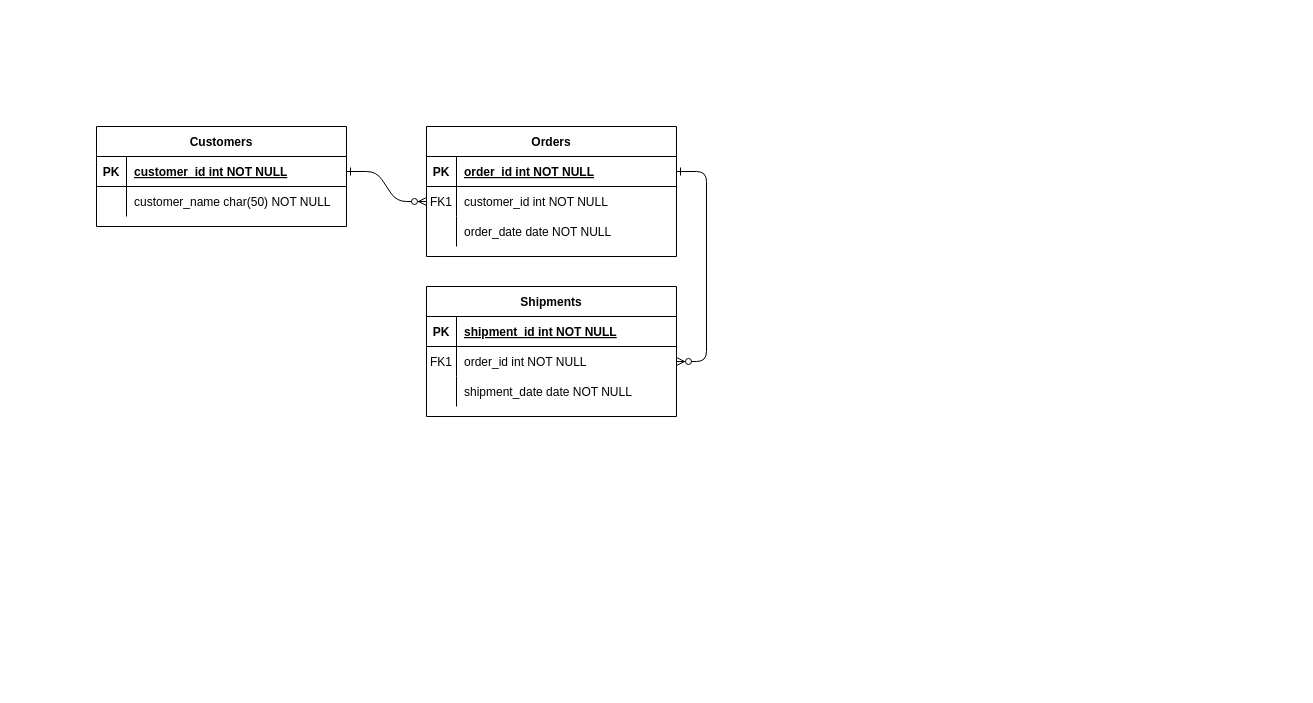
This is Untitled Diagram.drawio from PaulB-GreenRiv/pretzels, a draw.io file, before an edit. Source tidied: cells renumbered, new cells numbered last; positions are measured from the earlier drawing's top-left corner, leaving out a move shared by most shapes. Both pictures are drawn from the tidied source at 100%, with x=0, y=0 at pixel (96, 126).
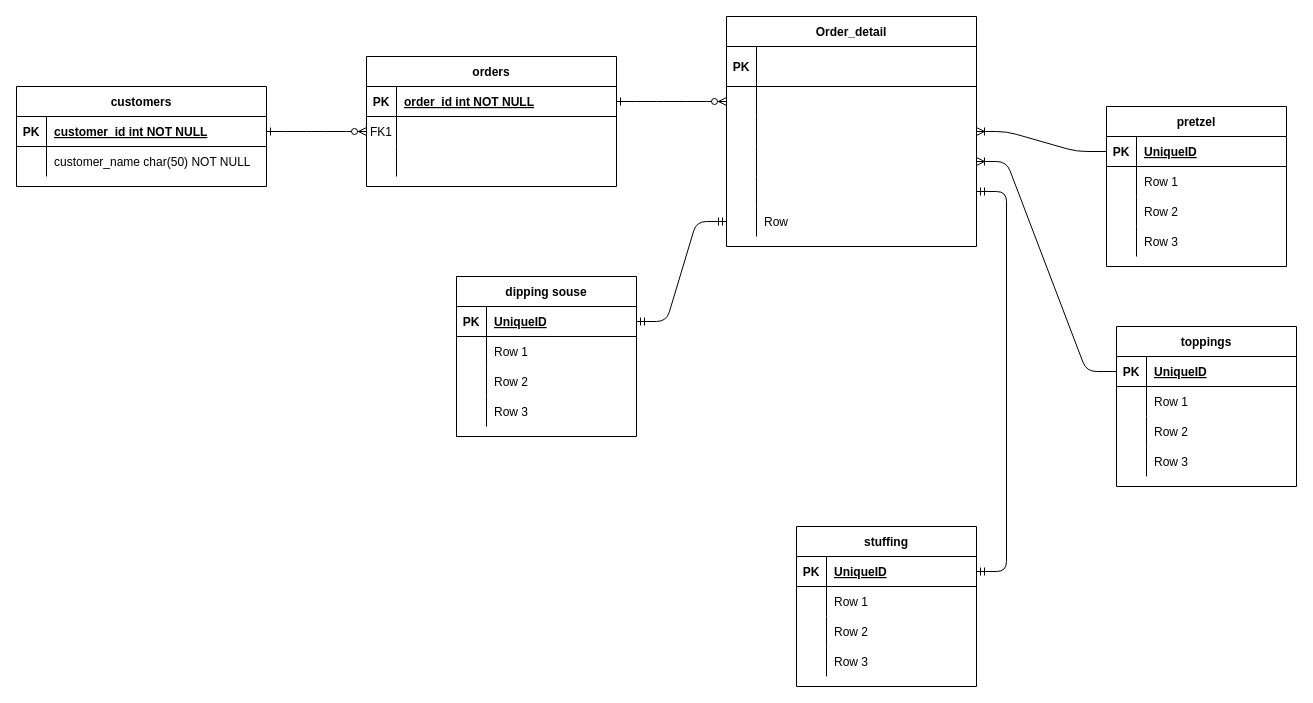
The same diagram, later.

Commit message:
basic table

The change refers to these unchanged cells:
```xml
<mxCell id="8" style="shape=partialRectangle;fillColor=none;points=[[0,0.5],[1,0.5]];portConstraint=eastwest;top=0;left=0;right=0;bottom=0;" parent="4" vertex="1">
  <mxGeometry y="60" width="250" height="30" as="geometry" />
</mxCell>
<mxCell id="11" style="shape=partialRectangle;fillColor=none;top=0;left=0;right=0;bottom=0;" parent="4" vertex="1">
  <mxGeometry y="90" width="250" height="30" as="geometry" />
</mxCell>
```

Diff of the diagram source:
```diff
@@
-    <mxCell id="4" value="Orders" style="shape=table;startSize=30;childLayout=tableLayout;rowLines=0;fontStyle=1;align=center;" parent="1" vertex="1">
-      <mxGeometry x="330" width="250" height="130" as="geometry" />
+    <mxCell id="4" value="orders" style="shape=table;startSize=30;childLayout=tableLayout;rowLines=0;fontStyle=1;align=center;" parent="1" vertex="1">
+      <mxGeometry x="270" y="-70" width="250" height="130" as="geometry" />
     </mxCell>
@@
-    <mxCell id="10" value="customer_id int NOT NULL" style="shape=partialRectangle;overflow=hidden;fillColor=none;top=0;left=0;bottom=0;right=0;align=left;spacingLeft=6;" parent="8" vertex="1">
+    <mxCell id="10" style="shape=partialRectangle;overflow=hidden;fillColor=none;top=0;left=0;bottom=0;right=0;align=left;spacingLeft=6;" parent="8" vertex="1">
       <mxGeometry x="30" width="220" height="30" as="geometry" />
     </mxCell>
@@
-    <mxCell id="13" value="order_date date NOT NULL" style="shape=partialRectangle;overflow=hidden;fillColor=none;top=0;left=0;bottom=0;right=0;align=left;spacingLeft=6;" parent="11" vertex="1">
+    <mxCell id="13" style="shape=partialRectangle;overflow=hidden;fillColor=none;top=0;left=0;bottom=0;right=0;align=left;spacingLeft=6;" parent="11" vertex="1">
       <mxGeometry x="30" width="220" height="30" as="geometry" />
     </mxCell>
-    <mxCell id="14" value="Shipments" style="shape=table;startSize=30;childLayout=tableLayout;rowLines=0;fontStyle=1;align=center;" parent="1" vertex="1">
-      <mxGeometry x="330" y="160" width="250" height="130" as="geometry" />
+    <mxCell id="14" value="Order_detail" style="shape=table;startSize=30;childLayout=tableLayout;rowLines=0;fontStyle=1;align=center;" parent="1" vertex="1">
+      <mxGeometry x="630" y="-110" width="250" height="230" as="geometry" />
     </mxCell>
     <mxCell id="15" style="shape=partialRectangle;fillColor=none;top=0;left=0;right=0;bottom=1;" parent="14" vertex="1">
-      <mxGeometry y="30" width="250" height="30" as="geometry" />
+      <mxGeometry y="30" width="250" height="40" as="geometry" />
     </mxCell>
     <mxCell id="16" value="PK" style="shape=partialRectangle;overflow=hidden;fillColor=none;top=0;left=0;bottom=0;right=0;fontStyle=1;" parent="15" vertex="1">
-      <mxGeometry width="30" height="30" as="geometry" />
+      <mxGeometry width="30" height="40" as="geometry" />
     </mxCell>
-    <mxCell id="17" value="shipment_id int NOT NULL " style="shape=partialRectangle;overflow=hidden;fillColor=none;top=0;left=0;bottom=0;right=0;align=left;spacingLeft=6;fontStyle=5;" parent="15" vertex="1">
-      <mxGeometry x="30" width="220" height="30" as="geometry" />
+    <mxCell id="17" style="shape=partialRectangle;overflow=hidden;fillColor=none;top=0;left=0;bottom=0;right=0;align=left;spacingLeft=6;fontStyle=5;" parent="15" vertex="1">
+      <mxGeometry x="30" width="220" height="40" as="geometry" />
     </mxCell>
     <mxCell id="18" style="shape=partialRectangle;fillColor=none;points=[[0,0.5],[1,0.5]];portConstraint=eastwest;top=0;left=0;right=0;bottom=0;" parent="14" vertex="1">
-      <mxGeometry y="60" width="250" height="30" as="geometry" />
+      <mxGeometry y="70" width="250" height="30" as="geometry" />
     </mxCell>
-    <mxCell id="19" value="FK1" style="shape=partialRectangle;overflow=hidden;fillColor=none;top=0;left=0;bottom=0;right=0;" parent="18" vertex="1">
+    <mxCell id="19" style="shape=partialRectangle;overflow=hidden;fillColor=none;top=0;left=0;bottom=0;right=0;" parent="18" vertex="1">
       <mxGeometry width="30" height="30" as="geometry" />
     </mxCell>
-    <mxCell id="20" value="order_id int NOT NULL" style="shape=partialRectangle;overflow=hidden;fillColor=none;top=0;left=0;bottom=0;right=0;align=left;spacingLeft=6;" parent="18" vertex="1">
+    <mxCell id="20" style="shape=partialRectangle;overflow=hidden;fillColor=none;top=0;left=0;bottom=0;right=0;align=left;spacingLeft=6;" parent="18" vertex="1">
       <mxGeometry x="30" width="220" height="30" as="geometry" />
     </mxCell>
     <mxCell id="21" style="shape=partialRectangle;fillColor=none;points=[[0,0.5],[1,0.5]];portConstraint=eastwest;top=0;left=0;right=0;bottom=0;" parent="14" vertex="1">
-      <mxGeometry y="90" width="250" height="30" as="geometry" />
+      <mxGeometry y="100" width="250" height="30" as="geometry" />
     </mxCell>
@@
-    <mxCell id="23" value="shipment_date date NOT NULL" style="shape=partialRectangle;overflow=hidden;fillColor=none;top=0;left=0;bottom=0;right=0;align=left;spacingLeft=6;" parent="21" vertex="1">
+    <mxCell id="23" style="shape=partialRectangle;overflow=hidden;fillColor=none;top=0;left=0;bottom=0;right=0;align=left;spacingLeft=6;" parent="21" vertex="1">
       <mxGeometry x="30" width="220" height="30" as="geometry" />
     </mxCell>
+    <mxCell id="31" style="shape=partialRectangle;fillColor=none;top=0;left=0;bottom=0;right=0;points=[[0,0.5],[1,0.5]];portConstraint=eastwest;" parent="14" vertex="1">
+      <mxGeometry y="130" width="250" height="30" as="geometry" />
+    </mxCell>
+    <mxCell id="32" style="shape=partialRectangle;fillColor=none;top=0;left=0;bottom=0;right=0;overflow=hidden;" parent="31" vertex="1">
+      <mxGeometry width="30" height="30" as="geometry" />
+    </mxCell>
+    <mxCell id="33" style="shape=partialRectangle;fillColor=none;top=0;left=0;bottom=0;right=0;align=left;spacingLeft=6;overflow=hidden;" parent="31" vertex="1">
+      <mxGeometry x="30" width="220" height="30" as="geometry" />
+    </mxCell>
+    <mxCell id="34" style="shape=partialRectangle;fillColor=none;top=0;left=0;bottom=0;right=0;points=[[0,0.5],[1,0.5]];portConstraint=eastwest;" parent="14" vertex="1">
+      <mxGeometry y="160" width="250" height="30" as="geometry" />
+    </mxCell>
+    <mxCell id="35" style="shape=partialRectangle;fillColor=none;top=0;left=0;bottom=0;right=0;overflow=hidden;" parent="34" vertex="1">
+      <mxGeometry width="30" height="30" as="geometry" />
+    </mxCell>
+    <mxCell id="36" style="shape=partialRectangle;fillColor=none;top=0;left=0;bottom=0;right=0;align=left;spacingLeft=6;overflow=hidden;" parent="34" vertex="1">
+      <mxGeometry x="30" width="220" height="30" as="geometry" />
+    </mxCell>
+    <mxCell id="37" style="shape=partialRectangle;fillColor=none;top=0;left=0;bottom=0;right=0;points=[[0,0.5],[1,0.5]];portConstraint=eastwest;" parent="14" vertex="1">
+      <mxGeometry y="190" width="250" height="30" as="geometry" />
+    </mxCell>
+    <mxCell id="38" style="shape=partialRectangle;fillColor=none;top=0;left=0;bottom=0;right=0;overflow=hidden;" parent="37" vertex="1">
+      <mxGeometry width="30" height="30" as="geometry" />
+    </mxCell>
+    <mxCell id="39" value="Row" style="shape=partialRectangle;fillColor=none;top=0;left=0;bottom=0;right=0;align=left;spacingLeft=6;overflow=hidden;" parent="37" vertex="1">
+      <mxGeometry x="30" width="220" height="30" as="geometry" />
+    </mxCell>
-    <mxCell id="24" value="Customers" style="shape=table;startSize=30;childLayout=tableLayout;rowLines=0;fontStyle=1;align=center;" parent="1" vertex="1">
-      <mxGeometry width="250" height="100" as="geometry" />
+    <mxCell id="24" value="customers" style="shape=table;startSize=30;childLayout=tableLayout;rowLines=0;fontStyle=1;align=center;" parent="1" vertex="1">
+      <mxGeometry x="-80" y="-40" width="250" height="100" as="geometry" />
     </mxCell>
@@
+    <mxCell id="40" value="pretzel" style="shape=table;startSize=30;childLayout=tableLayout;rowLines=0;fontStyle=1;align=center;" parent="1" vertex="1">
+      <mxGeometry x="1010" y="-20" width="180" height="160" as="geometry" />
+    </mxCell>
+    <mxCell id="41" style="shape=partialRectangle;fillColor=none;top=0;left=0;bottom=1;right=0;points=[[0,0.5],[1,0.5]];portConstraint=eastwest;" parent="40" vertex="1">
+      <mxGeometry y="30" width="180" height="30" as="geometry" />
+    </mxCell>
+    <mxCell id="42" value="PK" style="shape=partialRectangle;fillColor=none;top=0;left=0;bottom=0;right=0;fontStyle=1;overflow=hidden;" parent="41" vertex="1">
+      <mxGeometry width="30" height="30" as="geometry" />
+    </mxCell>
+    <mxCell id="43" value="UniqueID" style="shape=partialRectangle;fillColor=none;top=0;left=0;bottom=0;right=0;align=left;spacingLeft=6;fontStyle=5;overflow=hidden;" parent="41" vertex="1">
+      <mxGeometry x="30" width="150" height="30" as="geometry" />
+    </mxCell>
+    <mxCell id="44" style="shape=partialRectangle;fillColor=none;top=0;left=0;bottom=0;right=0;" parent="40" vertex="1">
+      <mxGeometry y="60" width="180" height="30" as="geometry" />
+    </mxCell>
+    <mxCell id="45" style="shape=partialRectangle;fillColor=none;top=0;left=0;bottom=0;right=0;overflow=hidden;" parent="44" vertex="1">
+      <mxGeometry width="30" height="30" as="geometry" />
+    </mxCell>
+    <mxCell id="46" value="Row 1" style="shape=partialRectangle;fillColor=none;top=0;left=0;bottom=0;right=0;align=left;spacingLeft=6;overflow=hidden;" parent="44" vertex="1">
+      <mxGeometry x="30" width="150" height="30" as="geometry" />
+    </mxCell>
+    <mxCell id="47" style="shape=partialRectangle;fillColor=none;top=0;left=0;bottom=0;right=0;" parent="40" vertex="1">
+      <mxGeometry y="90" width="180" height="30" as="geometry" />
+    </mxCell>
+    <mxCell id="48" style="shape=partialRectangle;fillColor=none;top=0;left=0;bottom=0;right=0;overflow=hidden;" parent="47" vertex="1">
+      <mxGeometry width="30" height="30" as="geometry" />
+    </mxCell>
+    <mxCell id="49" value="Row 2" style="shape=partialRectangle;fillColor=none;top=0;left=0;bottom=0;right=0;align=left;spacingLeft=6;overflow=hidden;" parent="47" vertex="1">
+      <mxGeometry x="30" width="150" height="30" as="geometry" />
+    </mxCell>
+    <mxCell id="50" style="shape=partialRectangle;fillColor=none;top=0;left=0;bottom=0;right=0;" parent="40" vertex="1">
+      <mxGeometry y="120" width="180" height="30" as="geometry" />
+    </mxCell>
+    <mxCell id="51" style="shape=partialRectangle;fillColor=none;top=0;left=0;bottom=0;right=0;overflow=hidden;" parent="50" vertex="1">
+      <mxGeometry width="30" height="30" as="geometry" />
+    </mxCell>
+    <mxCell id="52" value="Row 3" style="shape=partialRectangle;fillColor=none;top=0;left=0;bottom=0;right=0;align=left;spacingLeft=6;overflow=hidden;" parent="50" vertex="1">
+      <mxGeometry x="30" width="150" height="30" as="geometry" />
+    </mxCell>
+    <mxCell id="53" style="edgeStyle=entityRelationEdgeStyle;fontSize=12;html=1;endArrow=ERoneToMany;" parent="1" edge="1" source="41" target="21">
+      <mxGeometry relative="1" as="geometry" />
+    </mxCell>
+    <mxCell id="54" value="toppings" style="shape=table;startSize=30;childLayout=tableLayout;rowLines=0;fontStyle=1;align=center;" parent="1" vertex="1">
+      <mxGeometry x="1020" y="200" width="180" height="160" as="geometry" />
+    </mxCell>
+    <mxCell id="55" style="shape=partialRectangle;fillColor=none;top=0;left=0;bottom=1;right=0;points=[[0,0.5],[1,0.5]];portConstraint=eastwest;" parent="54" vertex="1">
+      <mxGeometry y="30" width="180" height="30" as="geometry" />
+    </mxCell>
+    <mxCell id="56" value="PK" style="shape=partialRectangle;fillColor=none;top=0;left=0;bottom=0;right=0;fontStyle=1;overflow=hidden;" parent="55" vertex="1">
+      <mxGeometry width="30" height="30" as="geometry" />
+    </mxCell>
+    <mxCell id="57" value="UniqueID" style="shape=partialRectangle;fillColor=none;top=0;left=0;bottom=0;right=0;align=left;spacingLeft=6;fontStyle=5;overflow=hidden;" parent="55" vertex="1">
+      <mxGeometry x="30" width="150" height="30" as="geometry" />
+    </mxCell>
+    <mxCell id="58" style="shape=partialRectangle;fillColor=none;top=0;left=0;bottom=0;right=0;" parent="54" vertex="1">
+      <mxGeometry y="60" width="180" height="30" as="geometry" />
+    </mxCell>
+    <mxCell id="59" style="shape=partialRectangle;fillColor=none;top=0;left=0;bottom=0;right=0;overflow=hidden;" parent="58" vertex="1">
+      <mxGeometry width="30" height="30" as="geometry" />
+    </mxCell>
+    <mxCell id="60" value="Row 1" style="shape=partialRectangle;fillColor=none;top=0;left=0;bottom=0;right=0;align=left;spacingLeft=6;overflow=hidden;" parent="58" vertex="1">
+      <mxGeometry x="30" width="150" height="30" as="geometry" />
+    </mxCell>
+    <mxCell id="61" style="shape=partialRectangle;fillColor=none;top=0;left=0;bottom=0;right=0;" parent="54" vertex="1">
+      <mxGeometry y="90" width="180" height="30" as="geometry" />
+    </mxCell>
+    <mxCell id="62" style="shape=partialRectangle;fillColor=none;top=0;left=0;bottom=0;right=0;overflow=hidden;" parent="61" vertex="1">
+      <mxGeometry width="30" height="30" as="geometry" />
+    </mxCell>
+    <mxCell id="63" value="Row 2" style="shape=partialRectangle;fillColor=none;top=0;left=0;bottom=0;right=0;align=left;spacingLeft=6;overflow=hidden;" parent="61" vertex="1">
+      <mxGeometry x="30" width="150" height="30" as="geometry" />
+    </mxCell>
+    <mxCell id="64" style="shape=partialRectangle;fillColor=none;top=0;left=0;bottom=0;right=0;" parent="54" vertex="1">
+      <mxGeometry y="120" width="180" height="30" as="geometry" />
+    </mxCell>
+    <mxCell id="65" style="shape=partialRectangle;fillColor=none;top=0;left=0;bottom=0;right=0;overflow=hidden;" parent="64" vertex="1">
+      <mxGeometry width="30" height="30" as="geometry" />
+    </mxCell>
+    <mxCell id="66" value="Row 3" style="shape=partialRectangle;fillColor=none;top=0;left=0;bottom=0;right=0;align=left;spacingLeft=6;overflow=hidden;" parent="64" vertex="1">
+      <mxGeometry x="30" width="150" height="30" as="geometry" />
+    </mxCell>
+    <mxCell id="67" style="edgeStyle=entityRelationEdgeStyle;fontSize=12;html=1;endArrow=ERoneToMany;" parent="1" edge="1" source="55" target="31">
+      <mxGeometry relative="1" as="geometry" />
+    </mxCell>
+    <mxCell id="68" value="stuffing" style="shape=table;startSize=30;childLayout=tableLayout;rowLines=0;fontStyle=1;align=center;" parent="1" vertex="1">
+      <mxGeometry x="700" y="400" width="180" height="160" as="geometry" />
+    </mxCell>
+    <mxCell id="69" style="shape=partialRectangle;fillColor=none;top=0;left=0;bottom=1;right=0;points=[[0,0.5],[1,0.5]];portConstraint=eastwest;" parent="68" vertex="1">
+      <mxGeometry y="30" width="180" height="30" as="geometry" />
+    </mxCell>
+    <mxCell id="70" value="PK" style="shape=partialRectangle;fillColor=none;top=0;left=0;bottom=0;right=0;fontStyle=1;overflow=hidden;" parent="69" vertex="1">
+      <mxGeometry width="30" height="30" as="geometry" />
+    </mxCell>
+    <mxCell id="71" value="UniqueID" style="shape=partialRectangle;fillColor=none;top=0;left=0;bottom=0;right=0;align=left;spacingLeft=6;fontStyle=5;overflow=hidden;" parent="69" vertex="1">
+      <mxGeometry x="30" width="150" height="30" as="geometry" />
+    </mxCell>
+    <mxCell id="72" style="shape=partialRectangle;fillColor=none;top=0;left=0;bottom=0;right=0;" parent="68" vertex="1">
+      <mxGeometry y="60" width="180" height="30" as="geometry" />
+    </mxCell>
+    <mxCell id="73" style="shape=partialRectangle;fillColor=none;top=0;left=0;bottom=0;right=0;overflow=hidden;" parent="72" vertex="1">
+      <mxGeometry width="30" height="30" as="geometry" />
+    </mxCell>
+    <mxCell id="74" value="Row 1" style="shape=partialRectangle;fillColor=none;top=0;left=0;bottom=0;right=0;align=left;spacingLeft=6;overflow=hidden;" parent="72" vertex="1">
+      <mxGeometry x="30" width="150" height="30" as="geometry" />
+    </mxCell>
+    <mxCell id="75" style="shape=partialRectangle;fillColor=none;top=0;left=0;bottom=0;right=0;" parent="68" vertex="1">
+      <mxGeometry y="90" width="180" height="30" as="geometry" />
+    </mxCell>
+    <mxCell id="76" style="shape=partialRectangle;fillColor=none;top=0;left=0;bottom=0;right=0;overflow=hidden;" parent="75" vertex="1">
+      <mxGeometry width="30" height="30" as="geometry" />
+    </mxCell>
+    <mxCell id="77" value="Row 2" style="shape=partialRectangle;fillColor=none;top=0;left=0;bottom=0;right=0;align=left;spacingLeft=6;overflow=hidden;" parent="75" vertex="1">
+      <mxGeometry x="30" width="150" height="30" as="geometry" />
+    </mxCell>
+    <mxCell id="78" style="shape=partialRectangle;fillColor=none;top=0;left=0;bottom=0;right=0;" parent="68" vertex="1">
+      <mxGeometry y="120" width="180" height="30" as="geometry" />
+    </mxCell>
+    <mxCell id="79" style="shape=partialRectangle;fillColor=none;top=0;left=0;bottom=0;right=0;overflow=hidden;" parent="78" vertex="1">
+      <mxGeometry width="30" height="30" as="geometry" />
+    </mxCell>
+    <mxCell id="80" value="Row 3" style="shape=partialRectangle;fillColor=none;top=0;left=0;bottom=0;right=0;align=left;spacingLeft=6;overflow=hidden;" parent="78" vertex="1">
+      <mxGeometry x="30" width="150" height="30" as="geometry" />
+    </mxCell>
+    <mxCell id="81" style="edgeStyle=entityRelationEdgeStyle;fontSize=12;html=1;endArrow=ERmandOne;startArrow=ERmandOne;" parent="1" edge="1" source="34" target="69">
+      <mxGeometry relative="1" as="geometry" />
+    </mxCell>
+    <mxCell id="82" value="dipping souse" style="shape=table;startSize=30;childLayout=tableLayout;rowLines=0;fontStyle=1;align=center;" parent="1" vertex="1">
+      <mxGeometry x="360" y="150" width="180" height="160" as="geometry" />
+    </mxCell>
+    <mxCell id="83" style="shape=partialRectangle;fillColor=none;top=0;left=0;bottom=1;right=0;points=[[0,0.5],[1,0.5]];portConstraint=eastwest;" parent="82" vertex="1">
+      <mxGeometry y="30" width="180" height="30" as="geometry" />
+    </mxCell>
+    <mxCell id="84" value="PK" style="shape=partialRectangle;fillColor=none;top=0;left=0;bottom=0;right=0;fontStyle=1;overflow=hidden;" parent="83" vertex="1">
+      <mxGeometry width="30" height="30" as="geometry" />
+    </mxCell>
+    <mxCell id="85" value="UniqueID" style="shape=partialRectangle;fillColor=none;top=0;left=0;bottom=0;right=0;align=left;spacingLeft=6;fontStyle=5;overflow=hidden;" parent="83" vertex="1">
+      <mxGeometry x="30" width="150" height="30" as="geometry" />
+    </mxCell>
+    <mxCell id="86" style="shape=partialRectangle;fillColor=none;top=0;left=0;bottom=0;right=0;" parent="82" vertex="1">
+      <mxGeometry y="60" width="180" height="30" as="geometry" />
+    </mxCell>
+    <mxCell id="87" style="shape=partialRectangle;fillColor=none;top=0;left=0;bottom=0;right=0;overflow=hidden;" parent="86" vertex="1">
+      <mxGeometry width="30" height="30" as="geometry" />
+    </mxCell>
+    <mxCell id="88" value="Row 1" style="shape=partialRectangle;fillColor=none;top=0;left=0;bottom=0;right=0;align=left;spacingLeft=6;overflow=hidden;" parent="86" vertex="1">
+      <mxGeometry x="30" width="150" height="30" as="geometry" />
+    </mxCell>
+    <mxCell id="89" style="shape=partialRectangle;fillColor=none;top=0;left=0;bottom=0;right=0;" parent="82" vertex="1">
+      <mxGeometry y="90" width="180" height="30" as="geometry" />
+    </mxCell>
+    <mxCell id="90" style="shape=partialRectangle;fillColor=none;top=0;left=0;bottom=0;right=0;overflow=hidden;" parent="89" vertex="1">
+      <mxGeometry width="30" height="30" as="geometry" />
+    </mxCell>
+    <mxCell id="91" value="Row 2" style="shape=partialRectangle;fillColor=none;top=0;left=0;bottom=0;right=0;align=left;spacingLeft=6;overflow=hidden;" parent="89" vertex="1">
+      <mxGeometry x="30" width="150" height="30" as="geometry" />
+    </mxCell>
+    <mxCell id="92" style="shape=partialRectangle;fillColor=none;top=0;left=0;bottom=0;right=0;" parent="82" vertex="1">
+      <mxGeometry y="120" width="180" height="30" as="geometry" />
+    </mxCell>
+    <mxCell id="93" style="shape=partialRectangle;fillColor=none;top=0;left=0;bottom=0;right=0;overflow=hidden;" parent="92" vertex="1">
+      <mxGeometry width="30" height="30" as="geometry" />
+    </mxCell>
+    <mxCell id="94" value="Row 3" style="shape=partialRectangle;fillColor=none;top=0;left=0;bottom=0;right=0;align=left;spacingLeft=6;overflow=hidden;" parent="92" vertex="1">
+      <mxGeometry x="30" width="150" height="30" as="geometry" />
+    </mxCell>
+    <mxCell id="95" style="edgeStyle=entityRelationEdgeStyle;fontSize=12;html=1;endArrow=ERmandOne;startArrow=ERmandOne;" parent="1" edge="1" source="37" target="83">
+      <mxGeometry relative="1" as="geometry" />
+    </mxCell>
```
